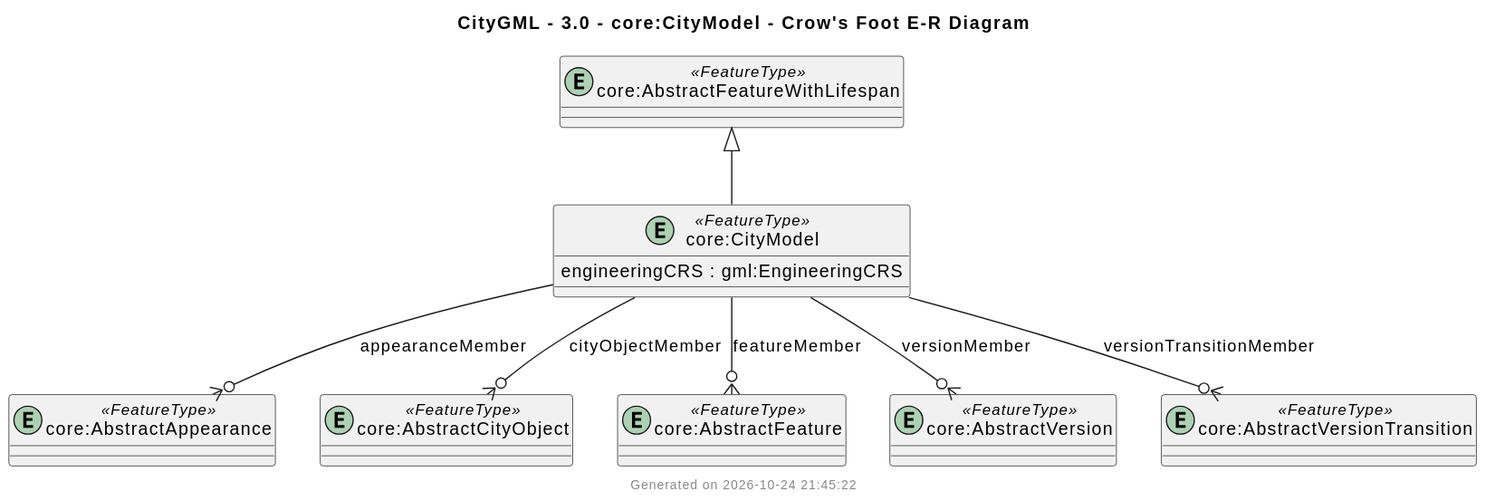
Above: docs/output/CityGML/3.0/UMLClassDiagram/crowsfoot/core-citymodel.svg in muratkendir/every-class (PlantUML), before the change.
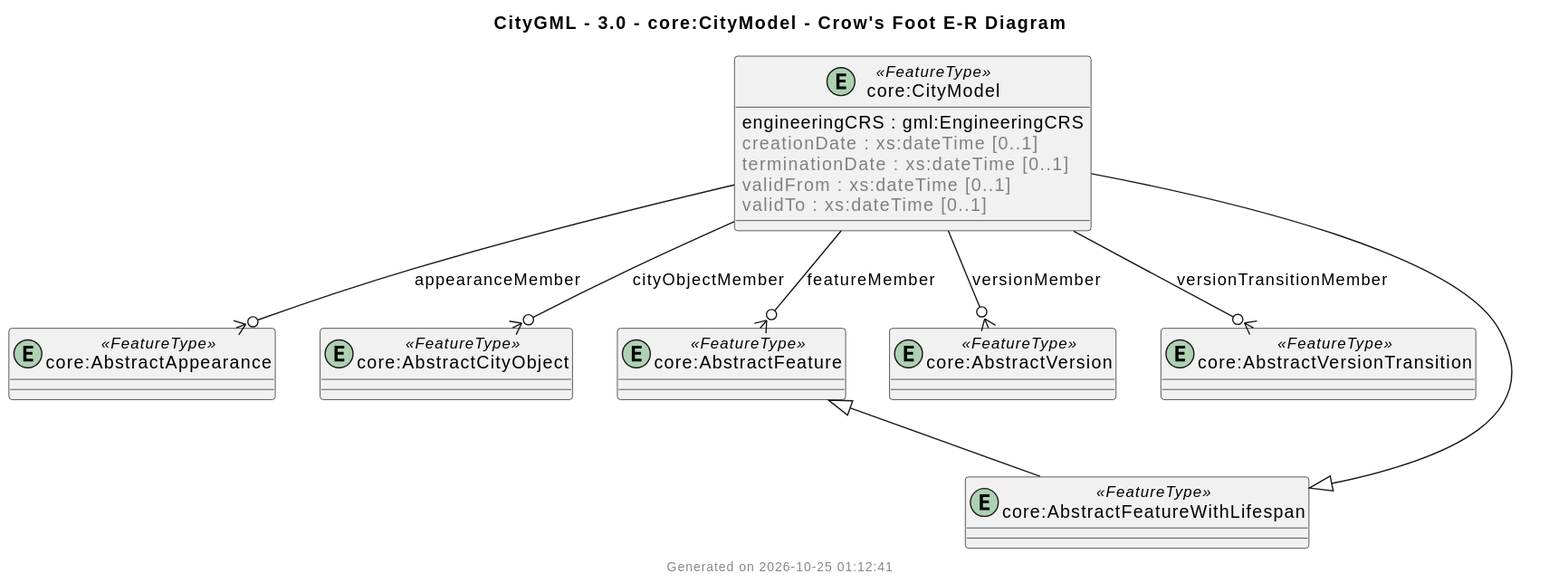
Later version of the same file.

Commit message:
step11: flatten inherited members in gray, FeatureType/DataType rule

The edit, as a diff of the source:
```diff
@@ -1,7 +1,11 @@
 @startuml
 
 entity "core:CityModel" as core_CityModel <<FeatureType>> {
-   engineeringCRS : gml:EngineeringCRS
+  engineeringCRS : gml:EngineeringCRS
+  <color:gray>creationDate : xs:dateTime [0..1]</color>
+  <color:gray>terminationDate : xs:dateTime [0..1]</color>
+  <color:gray>validFrom : xs:dateTime [0..1]</color>
+  <color:gray>validTo : xs:dateTime [0..1]</color>
 }
 entity "core:AbstractAppearance" as core_AbstractAppearance <<FeatureType>>
 entity "core:AbstractCityObject" as core_AbstractCityObject <<FeatureType>>
@@ -11,6 +15,7 @@
 entity "core:AbstractVersionTransition" as core_AbstractVersionTransition <<FeatureType>>
 
 "core_AbstractFeatureWithLifespan" <|-- "core_CityModel"
+"core_AbstractFeature" <|-- "core_AbstractFeatureWithLifespan"
 "core_CityModel" --o{ "core_AbstractCityObject" : cityObjectMember
 "core_CityModel" --o{ "core_AbstractAppearance" : appearanceMember
 "core_CityModel" --o{ "core_AbstractVersion" : versionMember
@@ -21,5 +26,5 @@
   CityGML - 3.0 - core:CityModel - Crow's Foot E-R Diagram
 end title
 
-footer Generated on 2026-10-24 21:45:22
+footer Generated on 2026-10-25 01:12:41
 @enduml
```
